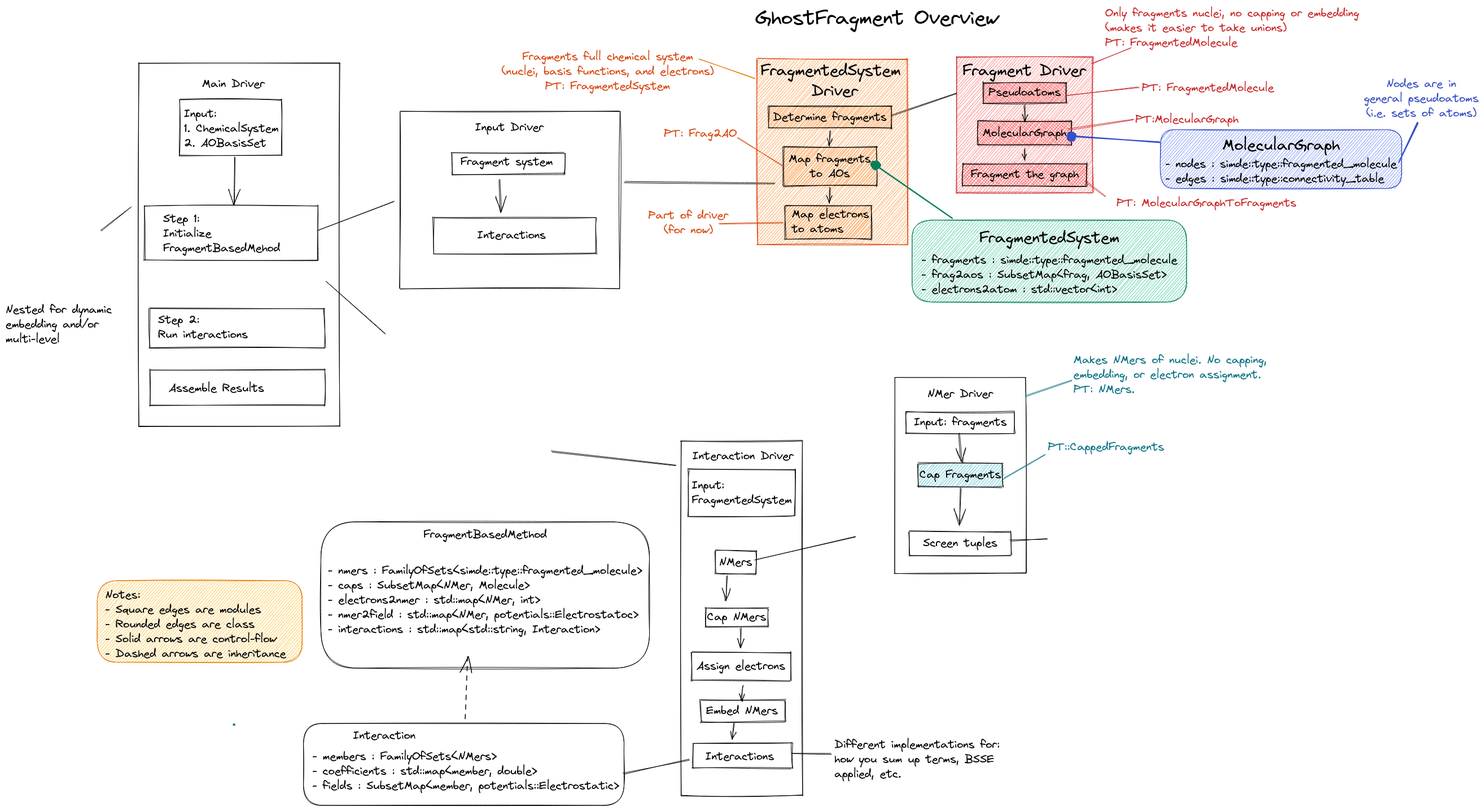
Above: docs/source/GhostFragmentOverview.png in rmrresearch/GhostFragment (Excalidraw), before the change. Source tidied: one line per element, renumbered; positions are measured from the earlier drawing's top-left corner, leaving out a move shared by most shapes.
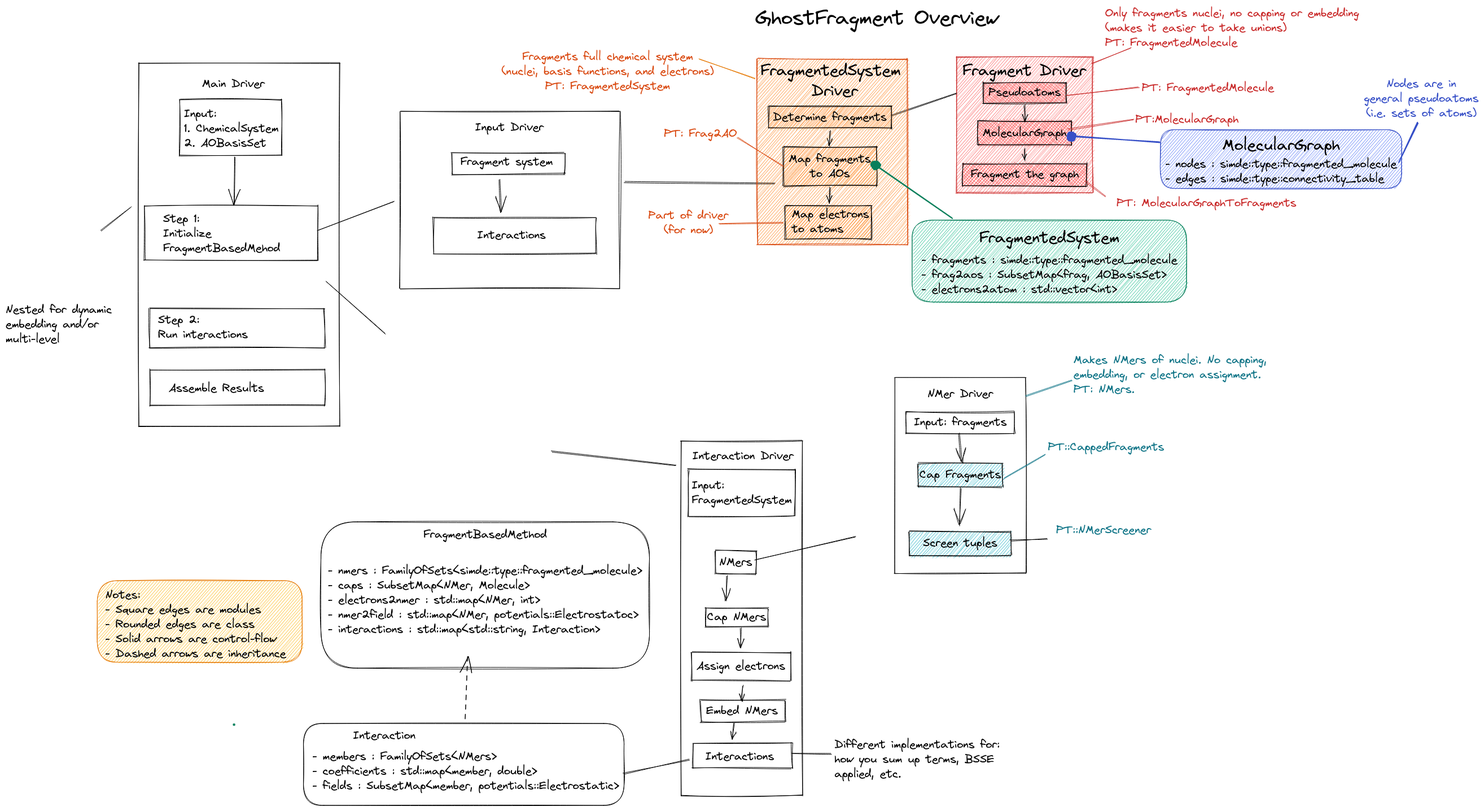
The same file after the commit.

Change to the diagram source:
```diff
@@ -34,8 +34,8 @@
 {"id": 33, "type": "rectangle", "strokeColor": "#000000", "strokeWidth": 1, "roughness": 1, "x": 1575, "y": 659, "width": 232, "height": 346}
 {"id": 34, "type": "text", "text": "NMer Driver", "strokeColor": "#000000", "strokeWidth": 1, "roughness": 1, "fontSize": 20, "fontFamily": 1, "textAlign": "center", "x": 1633, "y": 675, "width": 116, "height": 26}
 {"id": 35, "type": "arrow", "strokeColor": "#000000", "strokeWidth": 1, "roughness": 1, "endArrowhead": "arrow", "from": 32, "to": 36, "x": 1692, "y": 853, "width": 3, "height": 68, "points": [[0, 0], [-3, 68]]}
-{"id": 36, "type": "rectangle", "strokeColor": "#000000", "strokeWidth": 1, "roughness": 1, "x": 1601, "y": 931, "width": 180, "height": 43}
+{"id": 36, "type": "rectangle", "strokeColor": "#000000", "backgroundColor": "#15aabf", "fillStyle": "hachure", "strokeWidth": 1, "roughness": 1, "x": 1601, "y": 931, "width": 180, "height": 43}
-{"id": 37, "type": "text", "text": "Screen tuples", "strokeColor": "#000000", "strokeWidth": 1, "roughness": 1, "fontSize": 20, "fontFamily": 1, "textAlign": "center", "x": 1625, "y": 939, "width": 132, "height": 26}
+{"id": 37, "type": "text", "text": "Screen tuples", "strokeColor": "#000000", "backgroundColor": "#15aabf", "fillStyle": "hachure", "strokeWidth": 1, "roughness": 1, "fontSize": 20, "fontFamily": 1, "textAlign": "center", "x": 1625, "y": 939, "width": 132, "height": 26}
 {"id": 38, "type": "rectangle", "strokeColor": "#000000", "strokeWidth": 1, "roughness": 1, "x": 1595, "y": 719, "width": 192, "height": 39}
 {"id": 39, "type": "text", "text": "Input: fragments", "strokeColor": "#000000", "strokeWidth": 1, "roughness": 1, "fontSize": 20, "fontFamily": 1, "x": 1609, "y": 725, "width": 164, "height": 26}
 {"id": 40, "type": "arrow", "strokeColor": "#000000", "strokeWidth": 1, "roughness": 1, "endArrowhead": "arrow", "from": 39, "to": 32, "x": 1689, "y": 758, "width": 4, "height": 50, "points": [[0, 0], [4, 50]]}
@@ -115,3 +115,4 @@
 {"id": 114, "type": "arrow", "strokeColor": "#364fc7", "backgroundColor": "#15aabf", "fillStyle": "hachure", "strokeWidth": 2, "roughness": 1, "endArrowhead": "dot", "from": 98, "to": 78, "x": 2044, "y": 242, "width": 156, "height": 11, "points": [[0, 0], [-156, -11]]}
 {"id": 115, "type": "text", "text": "Nodes are in\ngeneral pseudoatoms\n(i.e. sets of atoms)", "strokeColor": "#364fc7", "backgroundColor": "#15aabf", "fillStyle": "hachure", "strokeWidth": 2, "roughness": 1, "fontSize": 20, "fontFamily": 1, "textAlign": "center", "x": 2406, "y": 126, "width": 203, "height": 78}
 {"id": 116, "type": "line", "strokeColor": "#364fc7", "backgroundColor": "#15aabf", "fillStyle": "hachure", "strokeWidth": 2, "roughness": 1, "x": 2468, "y": 277, "width": 34, "height": 69, "points": [[0, 0], [34, -69]]}
+{"id": 117, "type": "text", "text": "PT::NMerScreener", "strokeColor": "#0b7285", "strokeWidth": 2, "roughness": 1, "fontSize": 20, "fontFamily": 1, "textAlign": "center", "x": 1861, "y": 916, "width": 169, "height": 26}
```
